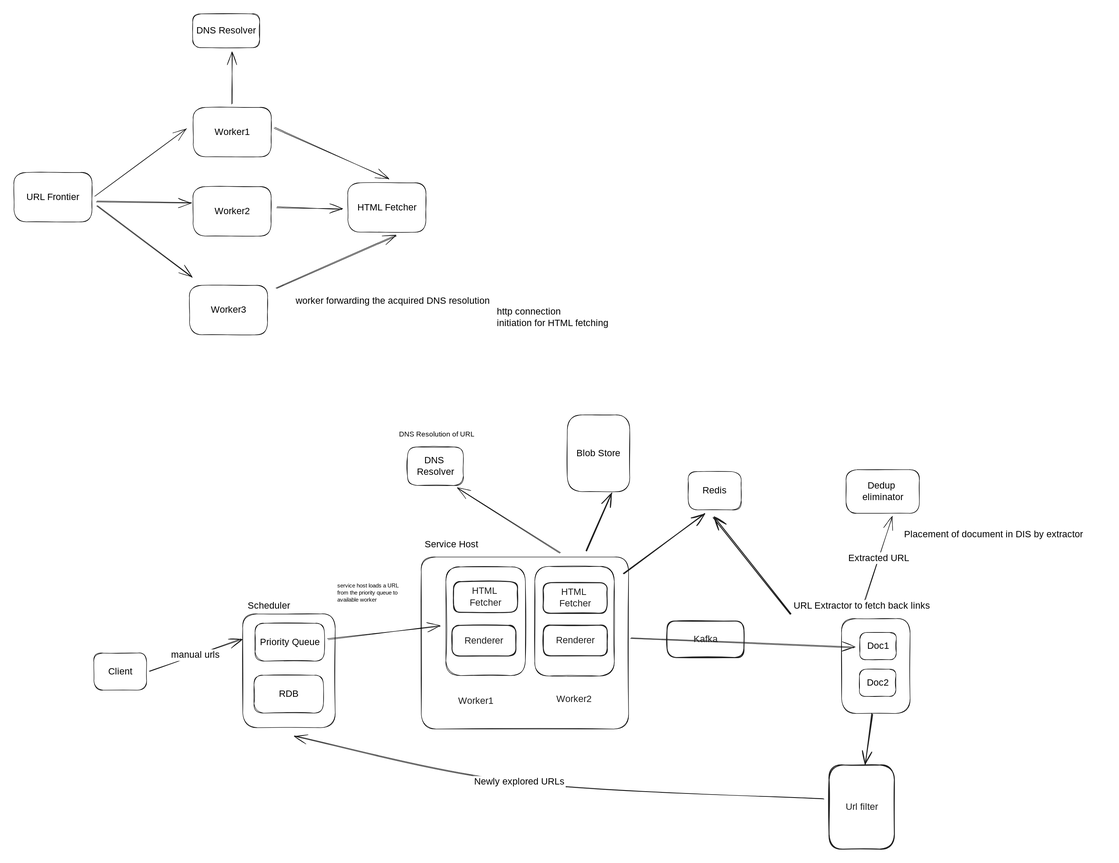
Earlier version of the Excalidraw export .gitbook/assets/file.excalidraw (14).svg (dongzeli95/swe-interview). Source tidied: one line per element, renumbered; positions are measured from the earlier drawing's top-left corner, leaving out a move shared by most shapes.
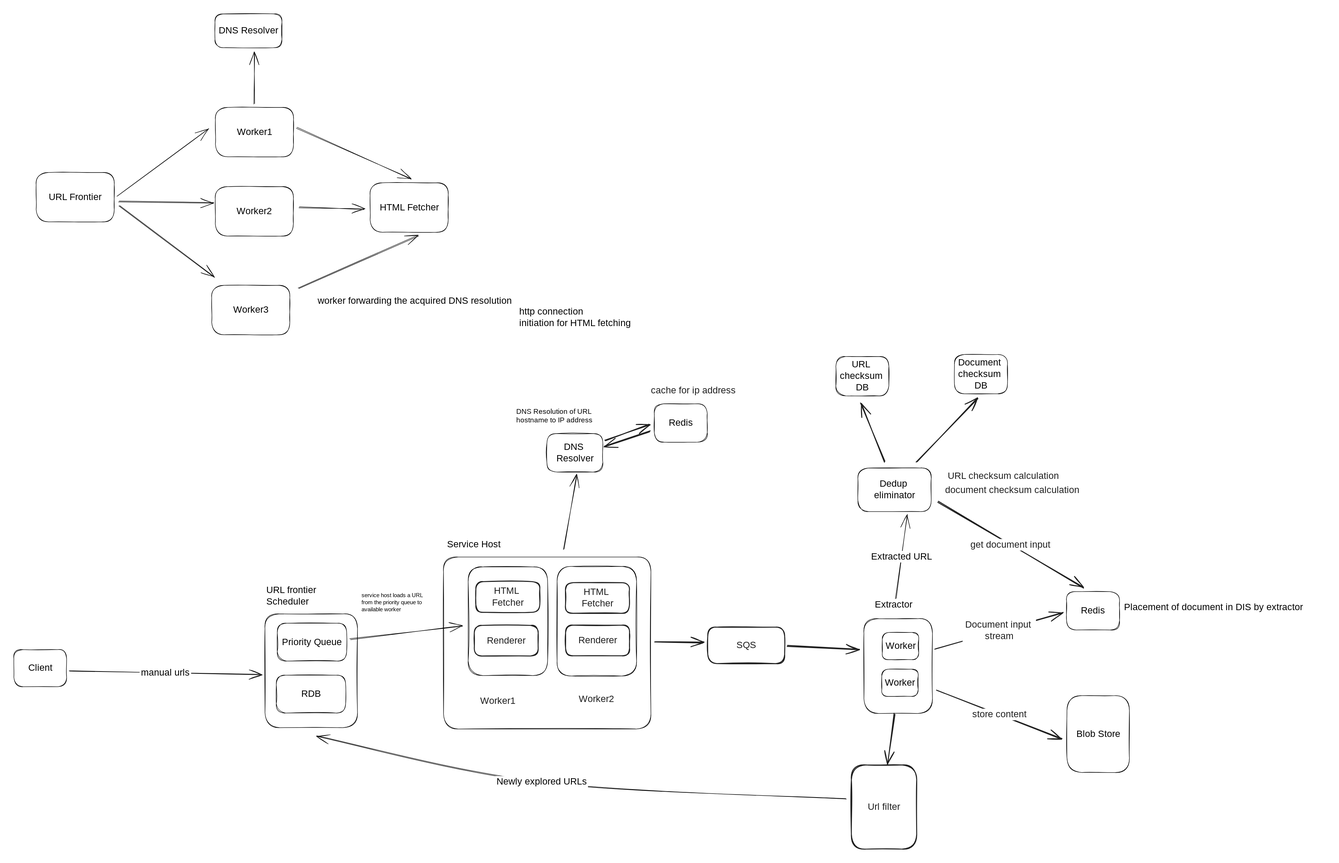
Later version of the same file.

Commit message:
GITBOOK-216: change request with no subject merged in GitBook

Diff of the diagram source:
```diff
@@ -18,10 +18,10 @@
 {"id": 17, "type": "arrow", "strokeColor": "#000000", "strokeWidth": 1, "roughness": 1, "endArrowhead": "arrow", "round": true, "from": 2, "to": 14, "x": 564, "y": 246, "width": 247, "height": 110, "points": [[0, 0], [247, 110]]}
 {"id": 18, "type": "text", "text": "worker forwarding the acquired DNS resolution", "strokeColor": "#000000", "strokeWidth": 1, "roughness": 1, "fontSize": 20, "fontFamily": 1, "x": 609, "y": 608, "width": 458, "height": 25}
 {"id": 19, "type": "arrow", "strokeColor": "#000000", "strokeWidth": 1, "roughness": 1, "endArrowhead": "arrow", "round": true, "from": 6, "to": 14, "x": 568, "y": 594, "width": 259, "height": 114, "points": [[0, 0], [259, -114]]}
-{"id": 20, "type": "rectangle", "strokeColor": "#000000", "strokeWidth": 1, "roughness": 1, "round": true, "x": 173, "y": 1382, "width": 114, "height": 80}
+{"id": 20, "type": "rectangle", "strokeColor": "#000000", "strokeWidth": 1, "roughness": 1, "round": true, "x": -48, "y": 1375, "width": 114, "height": 80}
-{"id": 21, "type": "text", "text": "Client", "strokeColor": "#000000", "strokeWidth": 1, "roughness": 1, "fontSize": 20, "fontFamily": 1, "textAlign": "center", "verticalAlign": "middle", "inside": 20, "x": 203, "y": 1410, "width": 54, "height": 25}
+{"id": 21, "type": "text", "text": "Client", "strokeColor": "#000000", "strokeWidth": 1, "roughness": 1, "fontSize": 20, "fontFamily": 1, "textAlign": "center", "verticalAlign": "middle", "inside": 20, "x": -18, "y": 1402, "width": 54, "height": 25}
 {"id": 22, "type": "rectangle", "strokeColor": "#000000", "strokeWidth": 1, "roughness": 1, "round": true, "x": 495, "y": 1297, "width": 200, "height": 246}
-{"id": 23, "type": "text", "text": "Scheduler", "strokeColor": "#000000", "strokeWidth": 1, "roughness": 1, "fontSize": 20, "fontFamily": 1, "x": 506, "y": 1267, "width": 91, "height": 25}
+{"id": 23, "type": "text", "text": "URL frontier\nScheduler", "strokeColor": "#000000", "strokeWidth": 1, "roughness": 1, "fontSize": 20, "fontFamily": 1, "x": 498, "y": 1234, "width": 124, "height": 50}
 {"id": 24, "type": "rectangle", "strokeColor": "#000000", "strokeWidth": 1, "roughness": 1, "round": true, "x": 521, "y": 1318, "width": 150, "height": 82}
 {"id": 25, "type": "text", "text": "Priority Queue", "strokeColor": "#000000", "strokeWidth": 1, "roughness": 1, "fontSize": 20, "fontFamily": 1, "textAlign": "center", "verticalAlign": "middle", "inside": 24, "x": 526, "y": 1346, "width": 140, "height": 25}
 {"id": 26, "type": "rectangle", "strokeColor": "#000000", "strokeWidth": 1, "roughness": 1, "round": true, "x": 519, "y": 1430, "width": 150, "height": 82}
@@ -30,29 +30,28 @@
 {"id": 29, "type": "text", "text": "Service Host", "strokeColor": "#000000", "strokeWidth": 1, "roughness": 1, "fontSize": 20, "fontFamily": 1, "x": 888, "y": 1135, "width": 122, "height": 25}
 {"id": 30, "type": "rectangle", "strokeColor": "#000000", "strokeWidth": 1, "roughness": 1, "round": true, "x": 934, "y": 1196, "width": 172, "height": 235}
 {"id": 31, "type": "rectangle", "strokeColor": "#000000", "strokeWidth": 1, "roughness": 1, "round": true, "x": 1789, "y": 1308, "width": 148, "height": 205}
-{"id": 32, "type": "text", "text": "URL Extractor to fetch back links", "strokeColor": "#000000", "strokeWidth": 1, "roughness": 1, "fontSize": 20, "fontFamily": 1, "x": 1685, "y": 1268, "width": 346, "height": 25}
+{"id": 32, "type": "text", "text": "Extractor", "strokeColor": "#000000", "strokeWidth": 1, "roughness": 1, "fontSize": 20, "fontFamily": 1, "x": 1813, "y": 1265, "width": 99, "height": 25}
-{"id": 33, "type": "rectangle", "strokeColor": "#000000", "strokeWidth": 1, "roughness": 1, "round": true, "x": 1458, "y": 990, "width": 115, "height": 83}
+{"id": 33, "type": "rectangle", "strokeColor": "#000000", "strokeWidth": 1, "roughness": 1, "round": true, "x": 2227, "y": 1249, "width": 115, "height": 83}
-{"id": 34, "type": "text", "text": "Redis", "strokeColor": "#000000", "strokeWidth": 1, "roughness": 1, "fontSize": 20, "fontFamily": 1, "textAlign": "center", "verticalAlign": "middle", "inside": 33, "x": 1489, "y": 1019, "width": 51, "height": 25}
+{"id": 34, "type": "text", "text": "Redis", "strokeColor": "#000000", "strokeWidth": 1, "roughness": 1, "fontSize": 20, "fontFamily": 1, "textAlign": "center", "verticalAlign": "middle", "inside": 33, "x": 2259, "y": 1278, "width": 51, "height": 25}
 {"id": 35, "type": "rectangle", "strokeColor": "#000000", "strokeWidth": 1, "roughness": 1, "round": true, "x": 1829, "y": 1337, "width": 79, "height": 59}
-{"id": 36, "type": "text", "text": "Doc1", "strokeColor": "#000000", "strokeWidth": 1, "roughness": 1, "fontSize": 20, "fontFamily": 1, "textAlign": "center", "verticalAlign": "middle", "inside": 35, "x": 1847, "y": 1354, "width": 42, "height": 25}
+{"id": 36, "type": "text", "text": "Worker", "strokeColor": "#000000", "strokeWidth": 1, "roughness": 1, "fontSize": 20, "fontFamily": 1, "textAlign": "center", "verticalAlign": "middle", "inside": 35, "x": 1836, "y": 1354, "width": 64, "height": 25}
 {"id": 37, "type": "rectangle", "strokeColor": "#000000", "strokeWidth": 1, "roughness": 1, "round": true, "x": 1828, "y": 1417, "width": 79, "height": 59}
-{"id": 38, "type": "text", "text": "Doc2", "strokeColor": "#000000", "strokeWidth": 1, "roughness": 1, "fontSize": 20, "fontFamily": 1, "textAlign": "center", "verticalAlign": "middle", "inside": 37, "x": 1842, "y": 1434, "width": 51, "height": 25}
+{"id": 38, "type": "text", "text": "Worker", "strokeColor": "#000000", "strokeWidth": 1, "roughness": 1, "fontSize": 20, "fontFamily": 1, "textAlign": "center", "verticalAlign": "middle", "inside": 37, "x": 1835, "y": 1434, "width": 64, "height": 25}
-{"id": 39, "type": "rectangle", "strokeColor": "#000000", "strokeWidth": 1, "roughness": 1, "round": true, "x": 1799, "y": 986, "width": 158, "height": 94}
+{"id": 39, "type": "rectangle", "strokeColor": "#000000", "strokeWidth": 1, "roughness": 1, "round": true, "x": 1776, "y": 982, "width": 158, "height": 94}
-{"id": 40, "type": "text", "text": "Dedup \neliminator", "strokeColor": "#000000", "strokeWidth": 1, "roughness": 1, "fontSize": 20, "fontFamily": 1, "textAlign": "center", "verticalAlign": "middle", "inside": 39, "x": 1832, "y": 1008, "width": 91, "height": 50}
+{"id": 40, "type": "text", "text": "Dedup \neliminator", "strokeColor": "#000000", "strokeWidth": 1, "roughness": 1, "fontSize": 20, "fontFamily": 1, "textAlign": "center", "verticalAlign": "middle", "inside": 39, "x": 1810, "y": 1004, "width": 91, "height": 50}
-{"id": 41, "type": "rectangle", "strokeColor": "#000000", "strokeWidth": 1, "roughness": 1, "round": true, "x": 1196, "y": 867, "width": 135, "height": 166}
+{"id": 41, "type": "rectangle", "strokeColor": "#000000", "strokeWidth": 1, "roughness": 1, "round": true, "x": 2228, "y": 1474, "width": 135, "height": 166}
-{"id": 42, "type": "text", "text": "Blob Store", "strokeColor": "#000000", "strokeWidth": 1, "roughness": 1, "fontSize": 20, "fontFamily": 1, "textAlign": "center", "verticalAlign": "middle", "inside": 41, "x": 1211, "y": 938, "width": 105, "height": 25}
+{"id": 42, "type": "text", "text": "Blob Store", "strokeColor": "#000000", "strokeWidth": 1, "roughness": 1, "fontSize": 20, "fontFamily": 1, "textAlign": "center", "verticalAlign": "middle", "inside": 41, "x": 2243, "y": 1545, "width": 105, "height": 25}
 {"id": 43, "type": "arrow", "strokeColor": "#000000", "strokeWidth": 1, "roughness": 1, "endArrowhead": "arrow", "round": true, "from": 24, "to": 30, "x": 679, "y": 1351, "width": 242, "height": 28, "points": [[0, 0], [242, -28]]}
-{"id": 44, "type": "text", "text": "service host loads a URL\nfrom the priority queue to \navailable worker", "strokeColor": "#000000", "strokeWidth": 1, "roughness": 1, "fontSize": 12.35, "fontFamily": 1, "x": 699, "y": 1229, "width": 166, "height": 46}
+{"id": 44, "type": "text", "text": "service host loads a URL\nfrom the priority queue to \navailable worker", "strokeColor": "#000000", "strokeWidth": 1, "roughness": 1, "fontSize": 12.35, "fontFamily": 1, "x": 703, "y": 1250, "width": 166, "height": 46}
-{"id": 45, "type": "rectangle", "strokeColor": "#000000", "strokeWidth": 1, "roughness": 1, "round": true, "x": 851, "y": 936, "width": 121, "height": 83}
+{"id": 45, "type": "rectangle", "strokeColor": "#000000", "strokeWidth": 1, "roughness": 1, "round": true, "x": 1104, "y": 907, "width": 121, "height": 83}
-{"id": 46, "type": "text", "text": "DNS \nResolver", "strokeColor": "#000000", "strokeWidth": 1, "roughness": 1, "fontSize": 20, "fontFamily": 1, "textAlign": "center", "verticalAlign": "middle", "inside": 45, "x": 870, "y": 953, "width": 82, "height": 50}
+{"id": 46, "type": "text", "text": "DNS \nResolver", "strokeColor": "#000000", "strokeWidth": 1, "roughness": 1, "fontSize": 20, "fontFamily": 1, "textAlign": "center", "verticalAlign": "middle", "inside": 45, "x": 1124, "y": 924, "width": 82, "height": 50}
-{"id": 47, "type": "arrow", "strokeColor": "#000000", "strokeWidth": 1, "roughness": 1, "endArrowhead": "arrow", "round": true, "from": 28, "to": 45, "x": 1181, "y": 1166, "width": 221, "height": 141, "points": [[0, 0], [-221, -141]]}
+{"id": 47, "type": "arrow", "strokeColor": "#000000", "strokeWidth": 1, "roughness": 1, "endArrowhead": "arrow", "round": true, "from": 28, "to": 45, "x": 1141, "y": 1158, "width": 29, "height": 162, "points": [[0, 0], [29, -162]]}
-{"id": 48, "type": "text", "text": "DNS Resolution of URL", "strokeColor": "#000000", "strokeWidth": 1, "roughness": 1, "fontSize": 14.95, "fontFamily": 1, "x": 832, "y": 900, "width": 172, "height": 19}
+{"id": 48, "type": "text", "text": "DNS Resolution of URL\nhostname to IP address", "strokeColor": "#000000", "strokeWidth": 1, "roughness": 1, "fontSize": 14.95, "fontFamily": 1, "x": 1038, "y": 851, "width": 182, "height": 37}
 {"id": 49, "type": "text", "text": "http connection \ninitiation for HTML fetching", "strokeColor": "#000000", "strokeWidth": 1, "roughness": 1, "fontSize": 20, "fontFamily": 1, "x": 1044, "y": 632, "width": 273, "height": 50}
-{"id": 50, "type": "arrow", "strokeColor": "#000000", "strokeWidth": 1, "roughness": 1, "endArrowhead": "arrow", "round": true, "from": 32, "to": 39, "x": 1840, "y": 1267, "width": 59, "height": 180, "points": [[0, 0], [59, -180]]}
+{"id": 50, "type": "arrow", "strokeColor": "#000000", "strokeWidth": 1, "roughness": 1, "endArrowhead": "arrow", "round": true, "from": 32, "to": 39, "x": 1858, "y": 1264, "width": 25, "height": 181, "points": [[0, 0], [25, -181]]}
 {"id": 51, "type": "text", "text": "Extracted URL", "strokeColor": "#000000", "strokeWidth": 1, "roughness": 1, "fontSize": 20, "fontFamily": 1, "textAlign": "center", "verticalAlign": "middle", "inside": 50, "x": 1547, "y": 1163, "width": 151, "height": 25}
-{"id": 52, "type": "text", "text": "Placement of document in DIS by extractor", "strokeColor": "#000000", "strokeWidth": 1, "roughness": 1, "fontSize": 20, "fontFamily": 1, "x": 1924, "y": 1113, "width": 434, "height": 25}
+{"id": 52, "type": "text", "text": "Placement of document in DIS by extractor", "strokeColor": "#000000", "strokeWidth": 1, "roughness": 1, "fontSize": 20, "fontFamily": 1, "x": 2352, "y": 1271, "width": 434, "height": 25}
-{"id": 53, "type": "arrow", "strokeColor": "#000000", "strokeWidth": 1, "roughness": 1, "endArrowhead": "arrow", "round": true, "from": 28, "to": 35, "x": 1334, "y": 1351, "width": 483, "height": 19, "points": [[0, 0], [483, 19]]}
-{"id": 54, "type": "arrow", "strokeColor": "#000000", "strokeWidth": 1, "roughness": 1, "endArrowhead": "arrow", "round": true, "from": 20, "to": 22, "x": 292, "y": 1422, "width": 200, "height": 70, "points": [[0, 0], [200, -70]]}
+{"id": 54, "type": "arrow", "strokeColor": "#000000", "strokeWidth": 1, "roughness": 1, "endArrowhead": "arrow", "round": true, "from": 20, "to": 22, "x": 71, "y": 1421, "width": 416, "height": 7, "points": [[0, 0], [416, 7]]}
 {"id": 55, "type": "text", "text": "manual urls", "strokeColor": "#000000", "strokeWidth": 1, "roughness": 1, "fontSize": 20, "fontFamily": 1, "textAlign": "center", "verticalAlign": "middle", "inside": 54, "x": 337, "y": 1374, "width": 111, "height": 25}
 {"id": 56, "type": "arrow", "strokeColor": "#000000", "strokeWidth": 1, "roughness": 1, "endArrowhead": "arrow", "round": true, "from": 74, "to": 22, "x": 1751, "y": 1697, "width": 1146, "height": 136, "points": [[0, 0], [-659, -37], [-1146, -136]]}
 {"id": 57, "type": "text", "text": "Newly explored URLs", "strokeColor": "#000000", "strokeWidth": 1, "roughness": 1, "fontSize": 20, "fontFamily": 1, "textAlign": "center", "verticalAlign": "middle", "inside": 56, "x": 992, "y": 1648, "width": 201, "height": 25}
@@ -67,11 +66,29 @@
 {"id": 66, "type": "text", "text": "Renderer", "strokeColor": "#1e1e1e", "strokeWidth": 2, "roughness": 1, "fontSize": 20, "fontFamily": 1, "textAlign": "center", "verticalAlign": "middle", "inside": 65, "x": 1171, "y": 1342, "width": 84, "height": 25}
 {"id": 67, "type": "text", "text": "Worker1", "strokeColor": "#1e1e1e", "strokeWidth": 2, "roughness": 1, "fontSize": 20, "fontFamily": 1, "x": 960, "y": 1473, "width": 69, "height": 25}
 {"id": 68, "type": "text", "text": "Worker2", "strokeColor": "#1e1e1e", "strokeWidth": 2, "roughness": 1, "fontSize": 20, "fontFamily": 1, "x": 1173, "y": 1469, "width": 78, "height": 25}
-{"id": 69, "type": "arrow", "strokeColor": "#1e1e1e", "strokeWidth": 2, "roughness": 1, "endArrowhead": "arrow", "round": true, "from": 62, "to": 33, "x": 1318, "y": 1210, "width": 174, "height": 129, "points": [[0, 0], [174, -129]]}
-{"id": 70, "type": "arrow", "strokeColor": "#1e1e1e", "strokeWidth": 2, "roughness": 1, "endArrowhead": "arrow", "round": true, "from": 28, "to": 41, "x": 1238, "y": 1161, "width": 55, "height": 124, "points": [[0, 0], [55, -124]]}
-{"id": 71, "type": "arrow", "strokeColor": "#1e1e1e", "strokeWidth": 2, "roughness": 1, "endArrowhead": "arrow", "round": true, "from": 32, "to": 33, "x": 1679, "y": 1298, "width": 167, "height": 209, "points": [[0, 0], [-167, -209]]}
-{"id": 72, "type": "rectangle", "strokeColor": "#1e1e1e", "strokeWidth": 2, "roughness": 1, "round": true, "x": 1412, "y": 1313, "width": 166, "height": 79}
+{"id": 72, "type": "rectangle", "strokeColor": "#1e1e1e", "strokeWidth": 2, "roughness": 1, "round": true, "x": 1452, "y": 1326, "width": 166, "height": 79}
-{"id": 73, "type": "text", "text": "Kafka", "strokeColor": "#1e1e1e", "strokeWidth": 2, "roughness": 1, "fontSize": 20, "fontFamily": 1, "textAlign": "center", "verticalAlign": "middle", "inside": 72, "x": 1466, "y": 1340, "width": 58, "height": 25}
+{"id": 73, "type": "text", "text": "SQS", "strokeColor": "#1e1e1e", "strokeWidth": 2, "roughness": 1, "fontSize": 20, "fontFamily": 1, "textAlign": "center", "verticalAlign": "middle", "inside": 72, "x": 1516, "y": 1353, "width": 38, "height": 25}
 {"id": 74, "type": "rectangle", "strokeColor": "#1e1e1e", "strokeWidth": 2, "roughness": 1, "round": true, "x": 1762, "y": 1624, "width": 141, "height": 182}
 {"id": 75, "type": "text", "text": "Url filter", "strokeColor": "#1e1e1e", "strokeWidth": 2, "roughness": 1, "fontSize": 20, "fontFamily": 1, "textAlign": "center", "verticalAlign": "middle", "inside": 74, "x": 1789, "y": 1702, "width": 88, "height": 25}
 {"id": 76, "type": "arrow", "strokeColor": "#1e1e1e", "strokeWidth": 2, "roughness": 1, "endArrowhead": "arrow", "round": true, "from": 31, "to": 74, "x": 1855, "y": 1513, "width": 15, "height": 109, "points": [[0, 0], [-15, 109]]}
+{"id": 77, "type": "rectangle", "strokeColor": "#000000", "strokeWidth": 1, "roughness": 1, "round": true, "x": 1336, "y": 843, "width": 115, "height": 83}
+{"id": 78, "type": "text", "text": "Redis", "strokeColor": "#000000", "strokeWidth": 1, "roughness": 1, "fontSize": 20, "fontFamily": 1, "textAlign": "center", "verticalAlign": "middle", "inside": 77, "x": 1368, "y": 872, "width": 51, "height": 25}
+{"id": 79, "type": "arrow", "strokeColor": "#1e1e1e", "strokeWidth": 2, "roughness": 1, "endArrowhead": "arrow", "round": true, "from": 45, "to": 77, "x": 1231, "y": 923, "width": 95, "height": 35, "points": [[0, 0], [95, -35]]}
+{"id": 80, "type": "arrow", "strokeColor": "#1e1e1e", "strokeWidth": 2, "roughness": 1, "endArrowhead": "arrow", "round": true, "from": 77, "to": 45, "x": 1327, "y": 902, "width": 99, "height": 32, "points": [[0, 0], [-99, 32]]}
+{"id": 81, "type": "text", "text": "cache for ip address", "strokeColor": "#1e1e1e", "strokeWidth": 2, "roughness": 1, "fontSize": 20, "fontFamily": 1, "x": 1329, "y": 802, "width": 205, "height": 25}
+{"id": 82, "type": "arrow", "strokeColor": "#1e1e1e", "strokeWidth": 2, "roughness": 1, "endArrowhead": "arrow", "round": true, "from": 28, "to": 72, "x": 1338, "y": 1357, "width": 104, "height": 3, "points": [[0, 0], [104, 3]]}
+{"id": 83, "type": "arrow", "strokeColor": "#1e1e1e", "strokeWidth": 2, "roughness": 1, "endArrowhead": "arrow", "round": true, "from": 72, "to": 31, "x": 1623, "y": 1367, "width": 155, "height": 8, "points": [[0, 0], [155, 8]]}
+{"id": 84, "type": "arrow", "strokeColor": "#1e1e1e", "strokeWidth": 2, "roughness": 1, "endArrowhead": "arrow", "round": true, "from": 31, "to": 33, "x": 1943, "y": 1373, "width": 277, "height": 79, "points": [[0, 0], [277, -79]]}
+{"id": 85, "type": "text", "text": "Document input \nstream", "strokeColor": "#1e1e1e", "strokeWidth": 2, "roughness": 1, "fontSize": 20, "fontFamily": 1, "textAlign": "center", "verticalAlign": "middle", "inside": 84, "x": 2003, "y": 1309, "width": 159, "height": 50}
+{"id": 86, "type": "text", "text": "document checksum calculation", "strokeColor": "#1e1e1e", "strokeWidth": 2, "roughness": 1, "fontSize": 20, "fontFamily": 1, "x": 1965, "y": 1018, "width": 298, "height": 25}
+{"id": 87, "type": "text", "text": "URL checksum calculation", "strokeColor": "#1e1e1e", "strokeWidth": 2, "roughness": 1, "fontSize": 20, "fontFamily": 1, "x": 1971, "y": 987, "width": 250, "height": 25}
+{"id": 88, "type": "rectangle", "strokeColor": "#000000", "strokeWidth": 1, "roughness": 1, "round": true, "x": 1729, "y": 741, "width": 115, "height": 85}
+{"id": 89, "type": "text", "text": "URL \nchecksum \nDB", "strokeColor": "#000000", "strokeWidth": 1, "roughness": 1, "fontSize": 20, "fontFamily": 1, "textAlign": "center", "verticalAlign": "middle", "inside": 88, "x": 1738, "y": 746, "width": 96, "height": 75}
+{"id": 90, "type": "rectangle", "strokeColor": "#000000", "strokeWidth": 1, "roughness": 1, "round": true, "x": 1985, "y": 736, "width": 115, "height": 85}
+{"id": 91, "type": "text", "text": "Document \nchecksum \nDB", "strokeColor": "#000000", "strokeWidth": 1, "roughness": 1, "fontSize": 20, "fontFamily": 1, "textAlign": "center", "verticalAlign": "middle", "inside": 90, "x": 1991, "y": 741, "width": 102, "height": 75}
+{"id": 92, "type": "arrow", "strokeColor": "#1e1e1e", "strokeWidth": 2, "roughness": 1, "endArrowhead": "arrow", "round": true, "from": 39, "to": 88, "x": 1834, "y": 968, "width": 51, "height": 127, "points": [[0, 0], [-51, -127]]}
+{"id": 93, "type": "arrow", "strokeColor": "#1e1e1e", "strokeWidth": 2, "roughness": 1, "endArrowhead": "arrow", "round": true, "from": 39, "to": 90, "x": 1902, "y": 968, "width": 133, "height": 137, "points": [[0, 0], [133, -137]]}
+{"id": 94, "type": "arrow", "strokeColor": "#1e1e1e", "strokeWidth": 2, "roughness": 1, "endArrowhead": "arrow", "round": true, "from": 39, "to": 33, "x": 1949, "y": 1054, "width": 313, "height": 187, "points": [[0, 0], [313, 187]]}
+{"id": 95, "type": "text", "text": "get document input", "strokeColor": "#1e1e1e", "strokeWidth": 2, "roughness": 1, "fontSize": 20, "fontFamily": 1, "textAlign": "center", "verticalAlign": "middle", "inside": 94, "x": 2025, "y": 1138, "width": 187, "height": 25}
+{"id": 96, "type": "arrow", "strokeColor": "#1e1e1e", "strokeWidth": 2, "roughness": 1, "endArrowhead": "arrow", "round": true, "from": 31, "to": 41, "x": 1947, "y": 1462, "width": 270, "height": 106, "points": [[0, 0], [270, 106]]}
+{"id": 97, "type": "text", "text": "store content", "strokeColor": "#1e1e1e", "strokeWidth": 2, "roughness": 1, "fontSize": 20, "fontFamily": 1, "textAlign": "center", "verticalAlign": "middle", "inside": 96, "x": 2014, "y": 1468, "width": 136, "height": 25}
```
